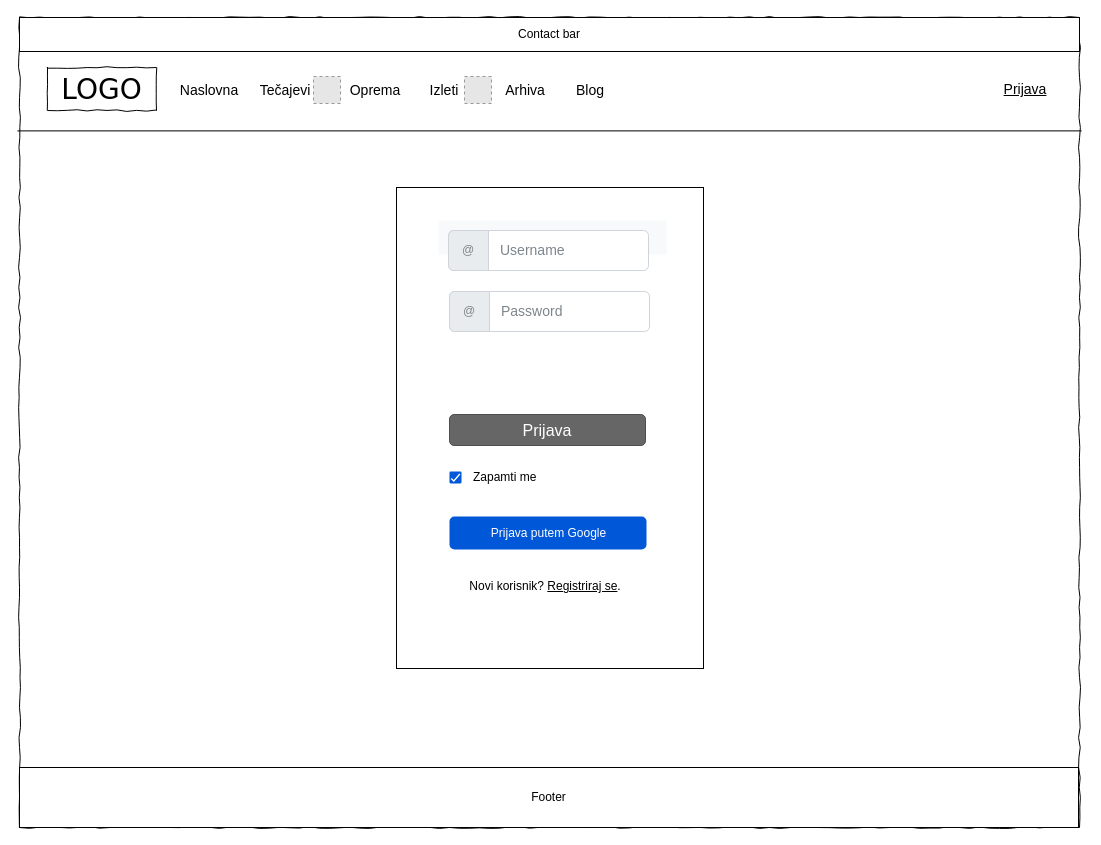
Above: page "Authentication Page - Sign up*" (6 of 16) of low-fidelity-HCI.drawio in JakovSp/HCI (draw.io), before the change. Source tidied: cells renumbered, new cells numbered last; positions are measured from the earlier drawing's top-left corner, leaving out a move shared by most shapes. Both pictures are drawn from the tidied source at 100%, with x=0, y=0 at pixel (17, 17). Pictures stored in the file or linked from it are replaced by grey dashed boxes.
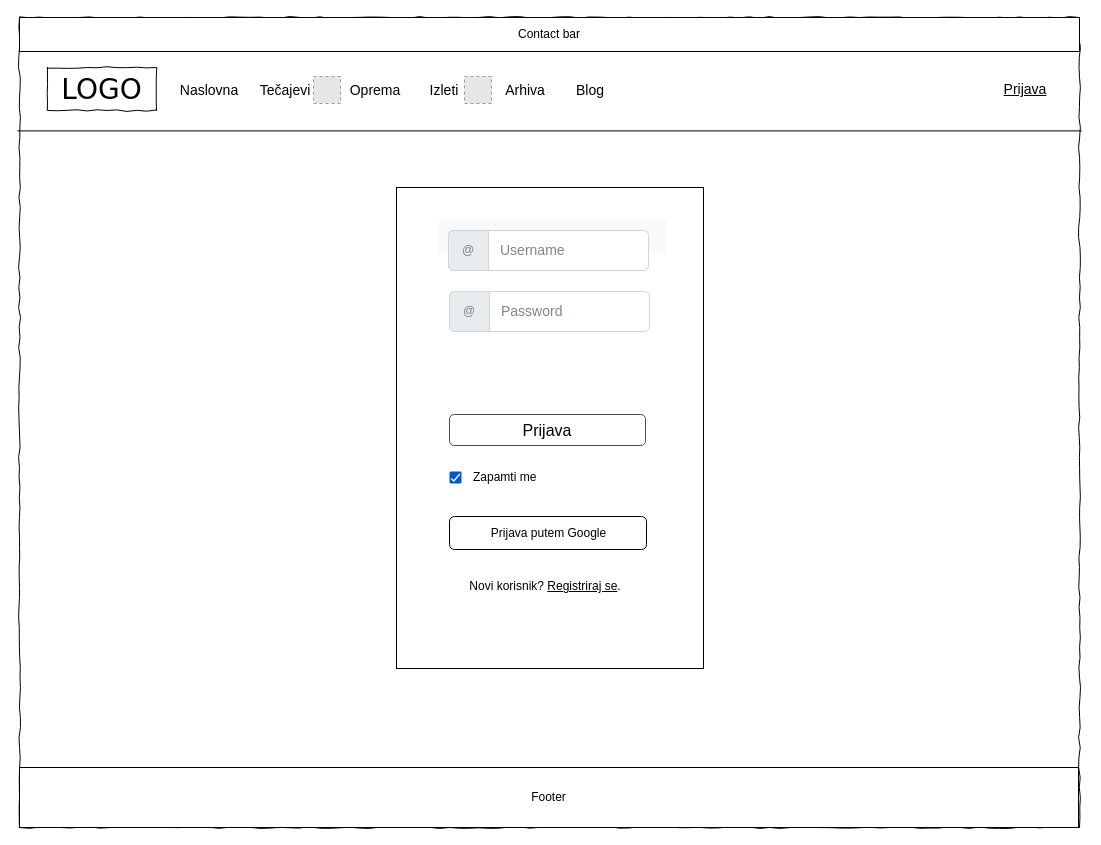
The same page after the edit.

Diff of the diagram source:
```diff
@@
-    <mxCell id="10" value="&lt;font style=&quot;font-size: 16px&quot;&gt;Prijava&lt;/font&gt;" style="rounded=1;html=1;shadow=0;dashed=0;whiteSpace=wrap;fontSize=10;fillColor=#666666;align=center;strokeColor=#4D4D4D;fontColor=#ffffff;" parent="1" vertex="1">
+    <mxCell id="10" value="&lt;font style=&quot;font-size: 16px&quot; color=&quot;#000000&quot;&gt;Prijava&lt;/font&gt;" style="rounded=1;html=1;shadow=0;dashed=0;whiteSpace=wrap;fontSize=10;align=center;strokeColor=#4D4D4D;fontColor=#ffffff;fillColor=none;" parent="1" vertex="1">
       <mxGeometry x="432" y="397" width="196" height="31" as="geometry" />
     </mxCell>
@@
-    <mxCell id="12" value="Prijava putem Google" style="rounded=1;fillColor=#0057D8;strokeColor=none;html=1;fontColor=#ffffff;align=center;verticalAlign=middle;fontStyle=0;fontSize=12;" parent="1" vertex="1">
+    <mxCell id="12" value="&lt;font color=&quot;#000000&quot;&gt;Prijava putem Google&lt;/font&gt;" style="rounded=1;html=1;fontColor=#ffffff;align=center;verticalAlign=middle;fontStyle=0;fontSize=12;fillColor=none;strokeOpacity=100;" parent="1" vertex="1">
       <mxGeometry x="432" y="499" width="197" height="33" as="geometry" />
     </mxCell>
```
